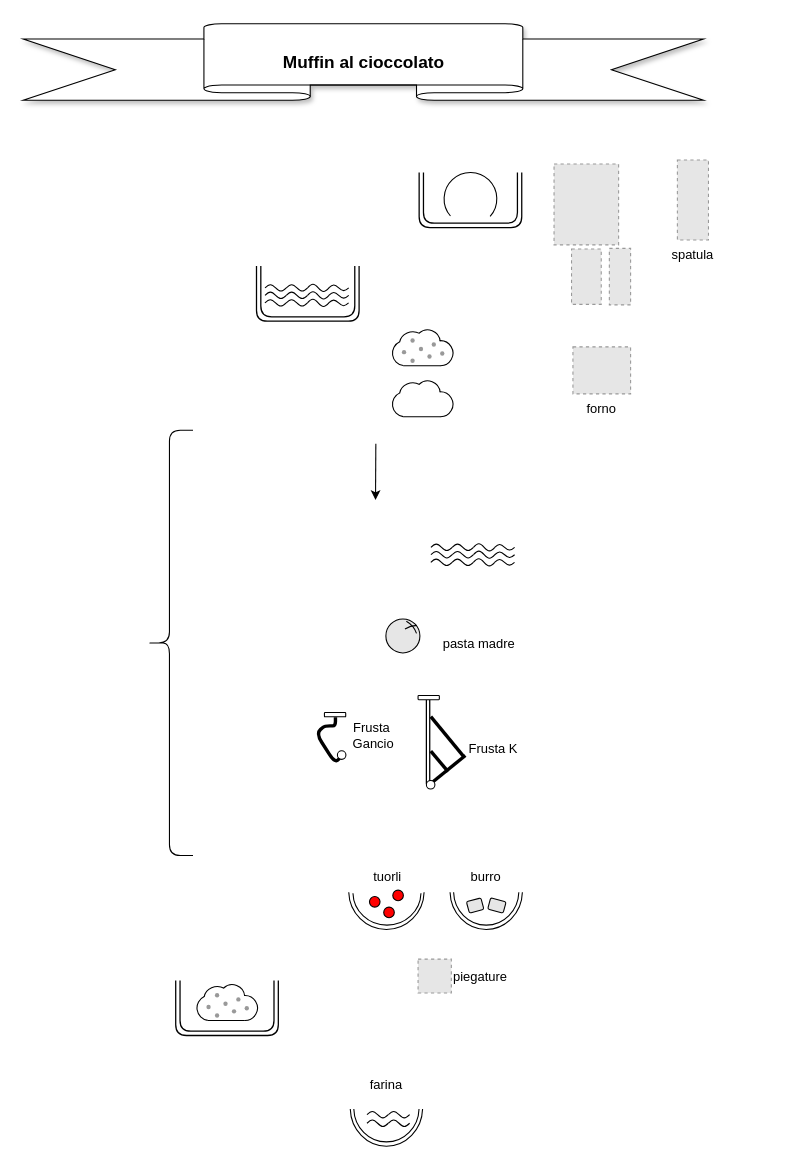
This is shapes.drawio from nicolgit/drawio-cooking-shapes, a draw.io file, before an edit. Source tidied: cells renumbered, new cells numbered last; positions are measured from the earlier drawing's top-left corner, leaving out a move shared by most shapes. Both pictures are drawn from the tidied source at 108%, with x=0, y=0 at pixel (23, 23). Pictures stored in the file or linked from it are replaced by grey dashed boxes.
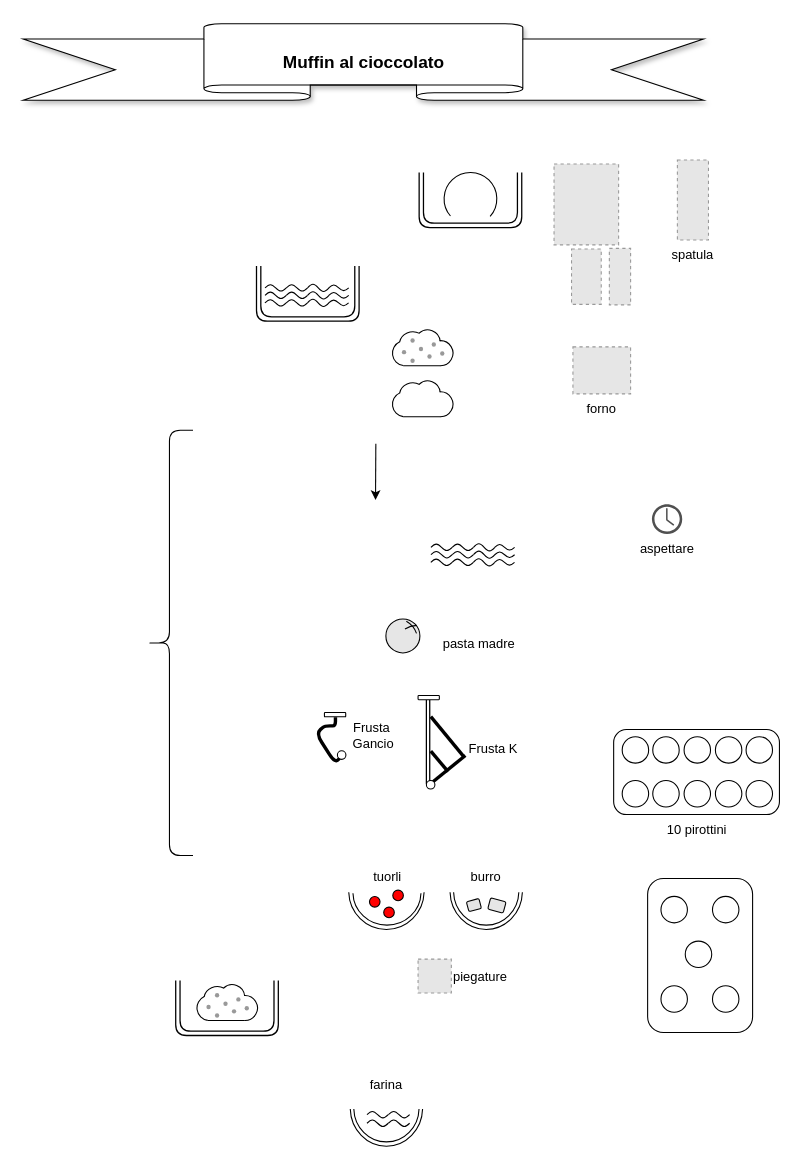
The same diagram, later.

Commit message (it also covers changes not shown here):
american coockies

The change refers to these unchanged cells:
```xml
<mxCell id="72" value="burro&#10;&#10;" style="group;labelPosition=center;verticalLabelPosition=middle;align=center;verticalAlign=middle;labelBorderColor=none;" parent="1" vertex="1">
  <mxGeometry x="384.1" y="756.4" width="89.2" height="94.4" as="geometry" />
</mxCell>
```

Change to the diagram source:
```diff
@@
     <mxCell id="76" style="rounded=1;whiteSpace=wrap;html=1;fillStyle=auto;strokeColor=default;align=center;verticalAlign=middle;fontFamily=Helvetica;fontSize=12;fontColor=default;fillColor=#E6E6E6;rotation=-15;" parent="72" vertex="1">
-      <mxGeometry x="27.4" y="55.1" width="13.9" height="10.9" as="geometry" />
+      <mxGeometry x="27.2" y="55.4" width="12" height="9.4" as="geometry" />
     </mxCell>
@@
+    <mxCell id="130" value="aspettare" style="sketch=0;shadow=0;dashed=0;html=1;strokeColor=none;fillColor=#505050;labelPosition=center;verticalLabelPosition=bottom;verticalAlign=top;align=center;shape=mxgraph.office.concepts.clock;" parent="1" vertex="1">
+      <mxGeometry x="582.1" y="445.3" width="28.1" height="27.6" as="geometry" />
+    </mxCell>
+    <mxCell id="131" style="group;" parent="1" vertex="1">
+      <mxGeometry x="546.7" y="654" width="153.5" height="78.7" as="geometry" />
+    </mxCell>
+    <mxCell id="132" value="10 pirottini" style="rounded=1;whiteSpace=wrap;html=1;labelPosition=center;verticalLabelPosition=bottom;align=center;verticalAlign=top;" parent="131" vertex="1">
+      <mxGeometry width="153.5" height="78.7" as="geometry" />
+    </mxCell>
+    <mxCell id="133" style="ellipse;whiteSpace=wrap;html=1;" parent="131" vertex="1">
+      <mxGeometry x="7.9" y="6.6" width="24.5" height="24.5" as="geometry" />
+    </mxCell>
+    <mxCell id="134" style="ellipse;whiteSpace=wrap;html=1;" parent="131" vertex="1">
+      <mxGeometry x="36.2" y="6.6" width="24.5" height="24.5" as="geometry" />
+    </mxCell>
+    <mxCell id="135" style="ellipse;whiteSpace=wrap;html=1;" parent="131" vertex="1">
+      <mxGeometry x="65.2" y="6.6" width="24.5" height="24.5" as="geometry" />
+    </mxCell>
+    <mxCell id="136" style="ellipse;whiteSpace=wrap;html=1;" parent="131" vertex="1">
+      <mxGeometry x="94.2" y="6.6" width="24.5" height="24.5" as="geometry" />
+    </mxCell>
+    <mxCell id="137" style="ellipse;whiteSpace=wrap;html=1;" parent="131" vertex="1">
+      <mxGeometry x="122.6" y="6.6" width="24.5" height="24.5" as="geometry" />
+    </mxCell>
+    <mxCell id="138" style="ellipse;whiteSpace=wrap;html=1;" parent="131" vertex="1">
+      <mxGeometry x="7.9" y="47.2" width="24.5" height="24.5" as="geometry" />
+    </mxCell>
+    <mxCell id="139" style="ellipse;whiteSpace=wrap;html=1;" parent="131" vertex="1">
+      <mxGeometry x="36.2" y="47.2" width="24.5" height="24.5" as="geometry" />
+    </mxCell>
+    <mxCell id="140" style="ellipse;whiteSpace=wrap;html=1;" parent="131" vertex="1">
+      <mxGeometry x="65.2" y="47.2" width="24.5" height="24.5" as="geometry" />
+    </mxCell>
+    <mxCell id="141" style="ellipse;whiteSpace=wrap;html=1;" parent="131" vertex="1">
+      <mxGeometry x="94.2" y="47.2" width="24.5" height="24.5" as="geometry" />
+    </mxCell>
+    <mxCell id="142" style="ellipse;whiteSpace=wrap;html=1;" parent="131" vertex="1">
+      <mxGeometry x="122.6" y="47.2" width="24.5" height="24.5" as="geometry" />
+    </mxCell>
+    <mxCell id="143" style="group;" parent="1" vertex="1">
+      <mxGeometry x="578.2" y="791.8" width="97.2" height="142.7" as="geometry" />
+    </mxCell>
+    <mxCell id="144" style="rounded=1;whiteSpace=wrap;html=1;labelPosition=center;verticalLabelPosition=bottom;align=center;verticalAlign=top;rotation=90;" parent="143" vertex="1">
+      <mxGeometry x="-22.8" y="22.8" width="142.7" height="97.2" as="geometry" />
+    </mxCell>
+    <mxCell id="145" style="ellipse;whiteSpace=wrap;html=1;rotation=90;" parent="143" vertex="1">
+      <mxGeometry x="60" y="16.7" width="24.5" height="24.5" as="geometry" />
+    </mxCell>
+    <mxCell id="146" style="ellipse;whiteSpace=wrap;html=1;rotation=90;" parent="143" vertex="1">
+      <mxGeometry x="60" y="99.4" width="24.5" height="24.5" as="geometry" />
+    </mxCell>
+    <mxCell id="147" style="ellipse;whiteSpace=wrap;html=1;rotation=90;" parent="143" vertex="1">
+      <mxGeometry x="12.3" y="16.7" width="24.5" height="24.5" as="geometry" />
+    </mxCell>
+    <mxCell id="148" style="ellipse;whiteSpace=wrap;html=1;rotation=90;" parent="143" vertex="1">
+      <mxGeometry x="34.8" y="58.1" width="24.5" height="24.5" as="geometry" />
+    </mxCell>
+    <mxCell id="149" style="ellipse;whiteSpace=wrap;html=1;rotation=90;" parent="143" vertex="1">
+      <mxGeometry x="12.3" y="99.4" width="24.5" height="24.5" as="geometry" />
+    </mxCell>
```
